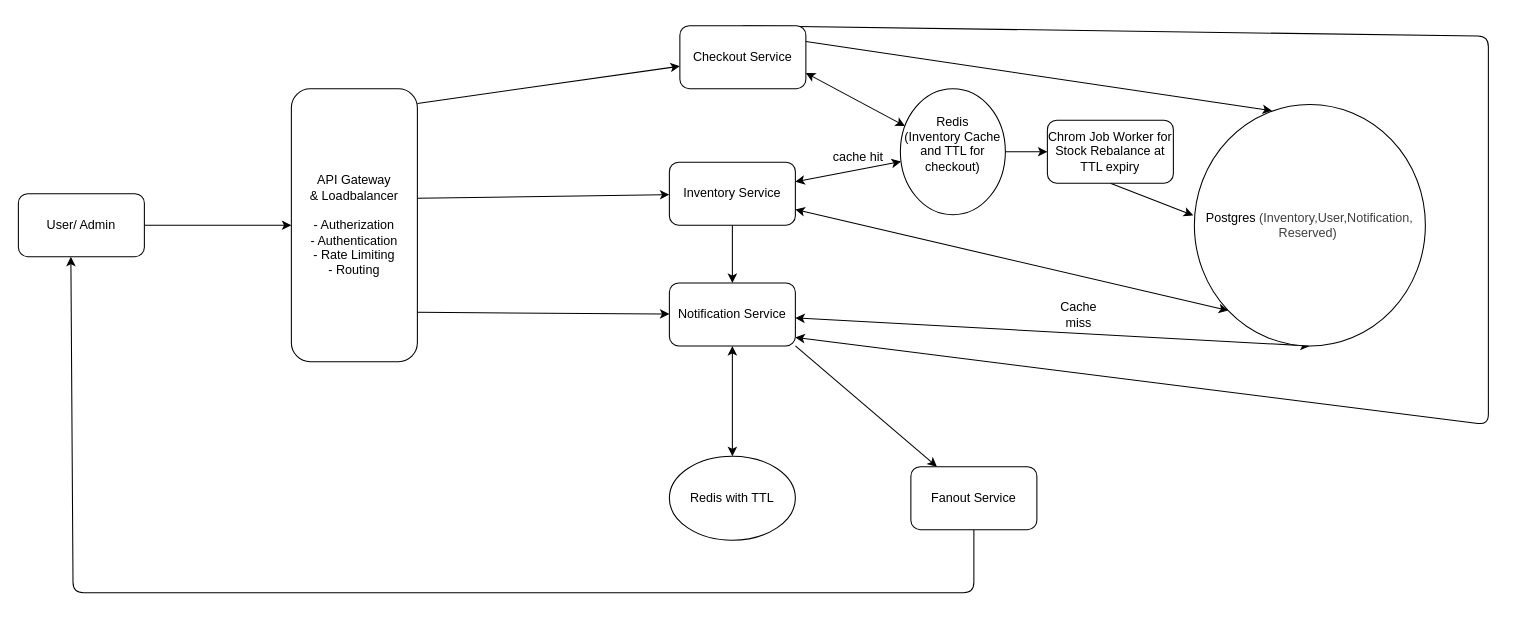
Before: Inventory Management System/architecture.drawio in rajat844/HLD, a draw.io diagram. Source tidied: cells renumbered, new cells numbered last; positions are measured from the earlier drawing's top-left corner, leaving out a move shared by most shapes. Both pictures are drawn from the tidied source at 105%, with x=0, y=0 at pixel (18, 25).
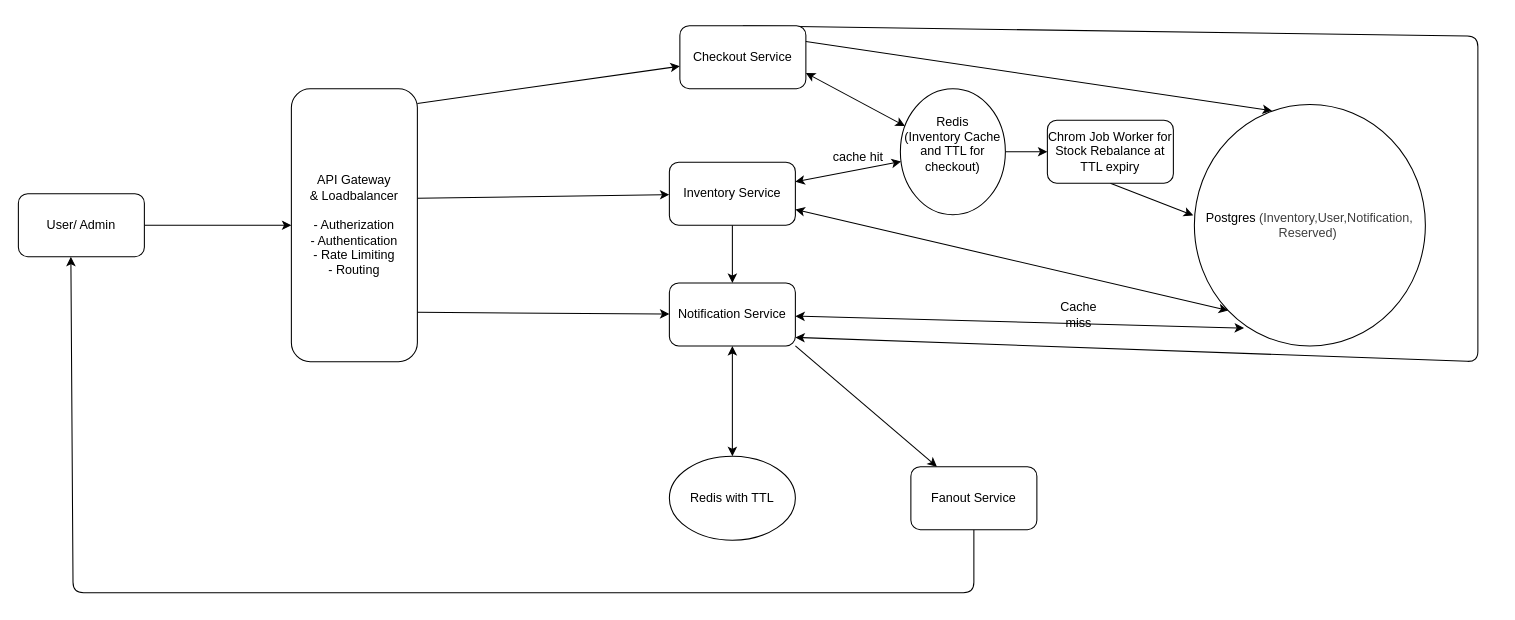
The same diagram, later.

The change refers to these unchanged cells:
```xml
<mxCell id="13" value="Postgres&amp;nbsp;&lt;span style=&quot;color: rgb(63, 63, 63); text-decoration-line: inherit; background-color: transparent;&quot;&gt;(Inventory,User,Notification, Reserved)&amp;nbsp;&lt;/span&gt;" style="ellipse;whiteSpace=wrap;html=1;shapeInside=1;" parent="1" vertex="1">
  <mxGeometry x="1120" y="75" width="220" height="230" as="geometry" />
</mxCell>
<mxCell id="17" value="Notification Service" style="rounded=1;whiteSpace=wrap;html=1;roundedPerimeter=1;" parent="1" vertex="1">
  <mxGeometry x="620" y="245" width="120" height="60" as="geometry" />
</mxCell>
<mxCell id="24" value="Checkout Service" style="rounded=1;whiteSpace=wrap;html=1;roundedPerimeter=1;" parent="1" vertex="1">
  <mxGeometry x="630" width="120" height="60" as="geometry" />
</mxCell>
```

What changed in the source:
```diff
@@
-<mxGraphModel>
+<mxGraphModel background="light-dark(#ffffff, #121212)">
@@
-    <mxCell id="12" style="edgeStyle=none;html=1;exitX=0.5;exitY=1;exitDx=0;exitDy=0;startArrow=classic;startFill=1;" parent="1" edge="1" source="13" target="17">
+    <mxCell id="12" style="edgeStyle=none;html=1;exitX=0.215;exitY=0.926;exitDx=0;exitDy=0;startArrow=classic;startFill=1;exitPerimeter=0;" parent="1" edge="1" source="13" target="17">
       <mxGeometry relative="1" as="geometry" />
     </mxCell>
@@
     <mxCell id="23" style="edgeStyle=none;html=1;entryX=1;entryY=0.864;entryDx=0;entryDy=0;exitX=0.5;exitY=0;exitDx=0;exitDy=0;" parent="1" edge="1" source="24" target="17">
-      <mxGeometry x="0.04" relative="1" as="geometry">
+      <mxGeometry x="0.05" relative="1" as="geometry">
         <Array as="points">
-          <mxPoint x="1400" y="10" />
-          <mxPoint x="1400" y="380" />
+          <mxPoint x="1390" y="10" />
+          <mxPoint x="1390" y="320" />
         </Array>
       </mxGeometry>
     </mxCell>
```
